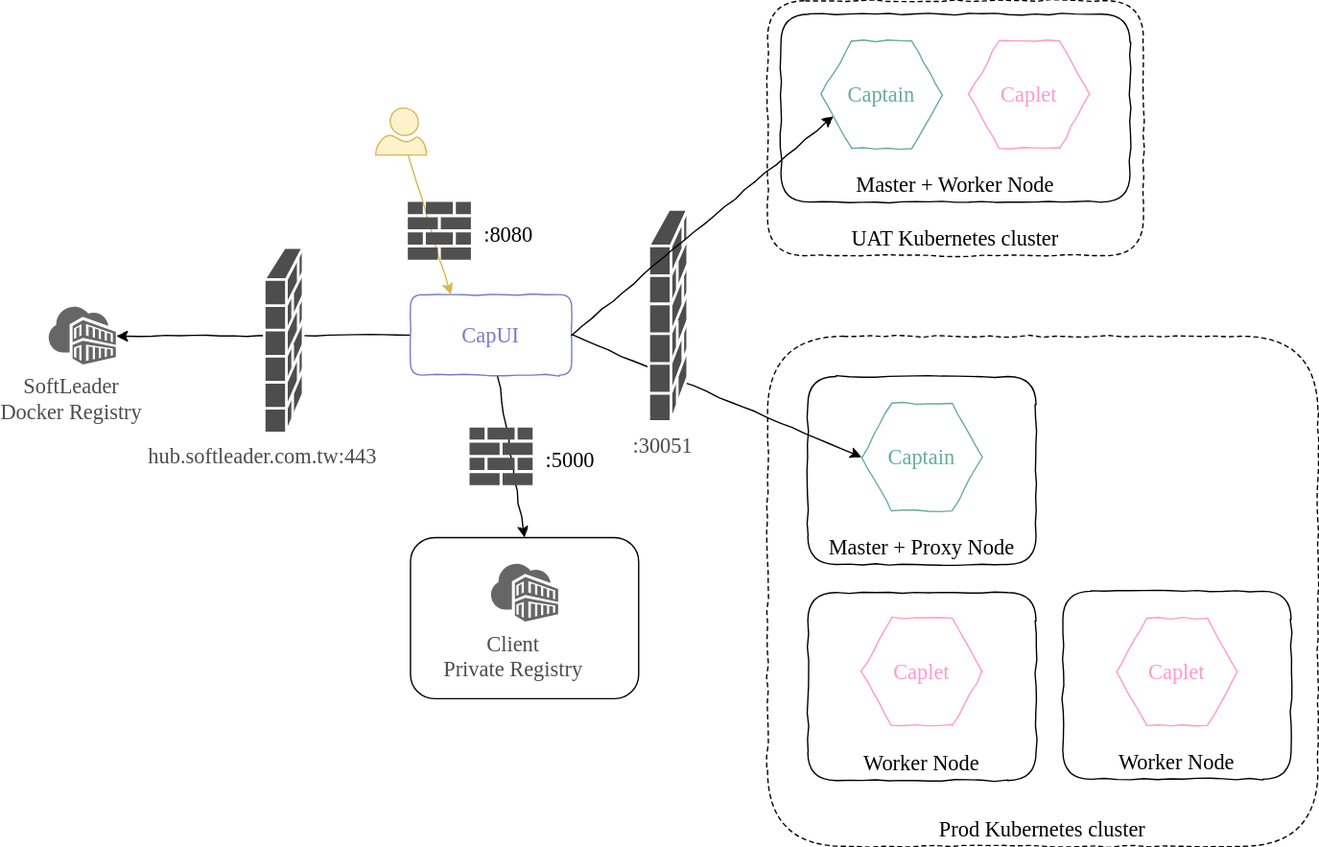
Above: images/cluster-modes-multi.svg in softleader/captain-kube (draw.io), before the change. Source tidied: cells renumbered, new cells last; positions are measured from the earlier drawing's top-left corner, leaving out a move shared by most shapes.
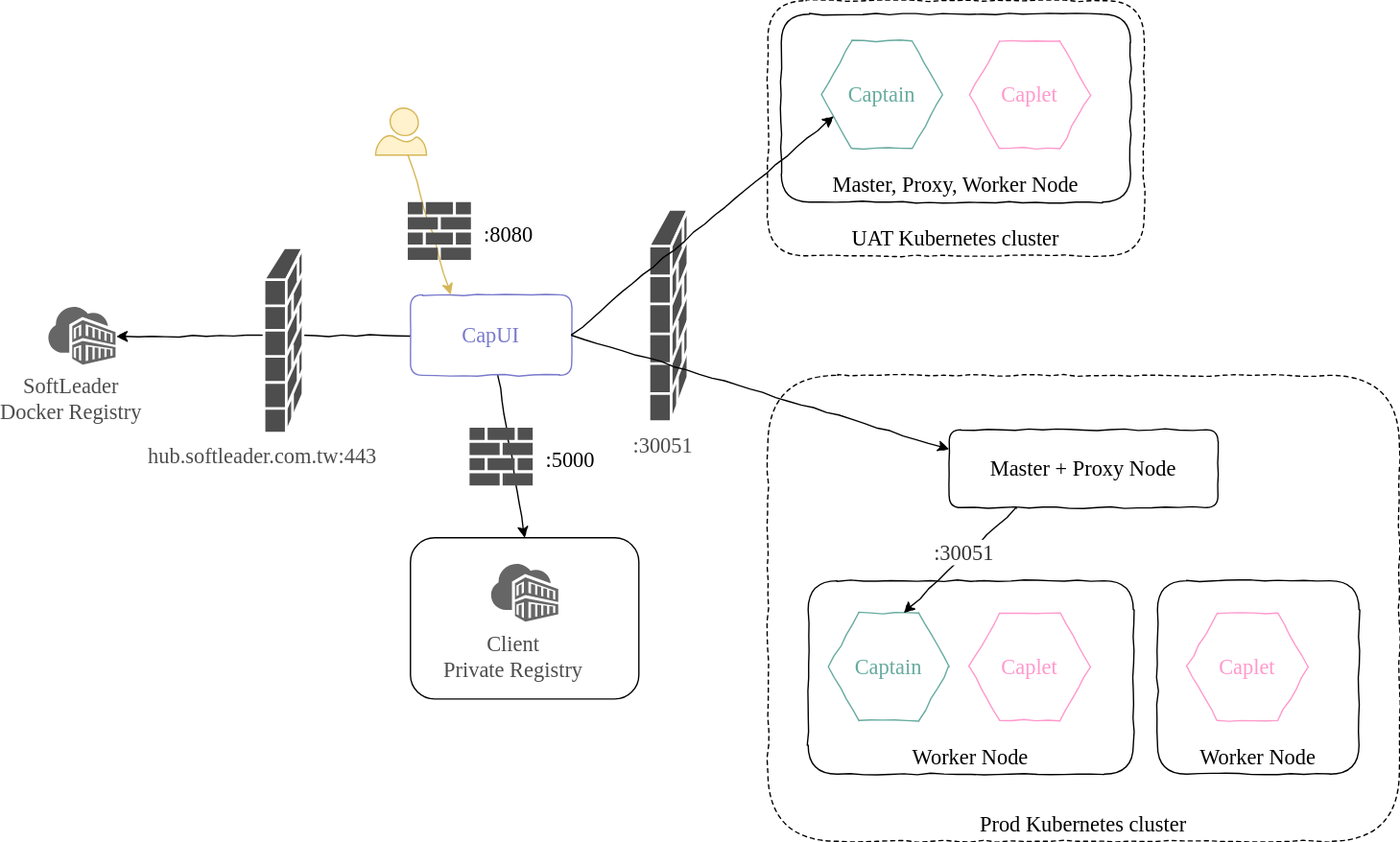
After the change.

Diff of the diagram source:
```diff
@@ -2,30 +2,6 @@
   <root>
     <mxCell id="0" />
     <mxCell id="1" parent="0" />
-    <mxCell id="2" value="Prod Kubernetes cluster" style="rounded=1;comic=1;fontFamily=Comic Sans MS;verticalAlign=bottom;fontSize=16;dashed=1;" parent="1" vertex="1">
-      <mxGeometry x="536" y="250" width="410" height="380" as="geometry" />
-    </mxCell>
-    <mxCell id="3" value="Master + Proxy Node" style="rounded=1;comic=1;fontFamily=Comic Sans MS;fontSize=16;verticalAlign=bottom;" parent="1" vertex="1">
-      <mxGeometry x="566" y="280" width="170" height="140" as="geometry" />
-    </mxCell>
-    <mxCell id="4" value="Worker Node" style="rounded=1;comic=1;fontFamily=Comic Sans MS;fontSize=16;verticalAlign=bottom;" parent="1" vertex="1">
-      <mxGeometry x="566" y="441" width="170" height="140" as="geometry" />
-    </mxCell>
-    <mxCell id="5" value="Worker Node" style="rounded=1;comic=1;fontFamily=Comic Sans MS;fontSize=16;verticalAlign=bottom;" parent="1" vertex="1">
-      <mxGeometry x="756" y="440" width="170" height="140" as="geometry" />
-    </mxCell>
-    <mxCell id="6" value="Captain" style="shape=hexagon;perimeter=hexagonPerimeter2;comic=1;fontFamily=Comic Sans MS;fontSize=16;strokeColor=#67AB9F;fontColor=#67AB9F;" parent="1" vertex="1">
-      <mxGeometry x="606" y="300" width="90" height="80" as="geometry" />
-    </mxCell>
-    <mxCell id="7" value="Caplet" style="shape=hexagon;perimeter=hexagonPerimeter2;comic=1;fontFamily=Comic Sans MS;fontSize=16;fontColor=#FF99CC;strokeColor=#FF99CC;" parent="1" vertex="1">
-      <mxGeometry x="606" y="460" width="90" height="80" as="geometry" />
-    </mxCell>
-    <mxCell id="8" value="Caplet" style="shape=hexagon;perimeter=hexagonPerimeter2;comic=1;fontFamily=Comic Sans MS;fontSize=16;fontColor=#FF99CC;strokeColor=#FF99CC;" parent="1" vertex="1">
-      <mxGeometry x="796" y="460" width="90" height="80" as="geometry" />
-    </mxCell>
-    <mxCell id="9" style="edgeStyle=none;rounded=0;html=1;entryX=0;entryY=0.5;jettySize=auto;fontFamily=Comic Sans MS;fontSize=16;fontColor=#7A7ACC;exitX=1;exitY=0.5;comic=1;" parent="1" edge="1" source="12" target="6">
-      <mxGeometry relative="1" as="geometry" />
-    </mxCell>
     <mxCell id="10" style="edgeStyle=none;rounded=0;html=1;entryX=1;entryY=0.5;entryPerimeter=0;jettySize=auto;fontFamily=Comic Sans MS;fontSize=16;fontColor=#7A7ACC;comic=1;" parent="1" edge="1" source="12" target="24">
       <mxGeometry relative="1" as="geometry" />
     </mxCell>
@@ -56,7 +32,7 @@
     <mxCell id="19" value="UAT Kubernetes cluster" style="rounded=1;comic=1;fontFamily=Comic Sans MS;verticalAlign=bottom;fontSize=16;dashed=1;" parent="1" vertex="1">
       <mxGeometry x="536" width="280" height="190" as="geometry" />
     </mxCell>
-    <mxCell id="20" value="Master + Worker Node" style="rounded=1;comic=1;fontFamily=Comic Sans MS;fontSize=16;verticalAlign=bottom;" parent="1" vertex="1">
+    <mxCell id="20" value="Master, Proxy, Worker Node" style="rounded=1;comic=1;fontFamily=Comic Sans MS;fontSize=16;verticalAlign=bottom;" parent="1" vertex="1">
       <mxGeometry x="546" y="10" width="260" height="140" as="geometry" />
     </mxCell>
     <mxCell id="21" value="Captain" style="shape=hexagon;perimeter=hexagonPerimeter2;comic=1;fontFamily=Comic Sans MS;fontSize=16;fontColor=#67AB9F;strokeColor=#67AB9F;" parent="1" vertex="1">
@@ -92,5 +68,35 @@
     <mxCell id="31" style="edgeStyle=none;rounded=0;html=1;entryX=0;entryY=0.75;jettySize=auto;fontFamily=Comic Sans MS;fontSize=16;fontColor=#7A7ACC;exitX=1;exitY=0.5;comic=1;" parent="1" edge="1" source="12" target="21">
       <mxGeometry relative="1" as="geometry" />
     </mxCell>
+    <mxCell id="2" value="Prod Kubernetes cluster" style="rounded=1;comic=1;fontFamily=Comic Sans MS;verticalAlign=bottom;fontSize=16;dashed=1;" parent="1" vertex="1">
+      <mxGeometry x="536" y="279" width="470" height="347" as="geometry" />
+    </mxCell>
+    <mxCell id="3" value="Master + Proxy Node" style="rounded=1;comic=1;fontFamily=Comic Sans MS;fontSize=16;verticalAlign=middle;" parent="1" vertex="1">
+      <mxGeometry x="671" y="319.5" width="200" height="58" as="geometry" />
+    </mxCell>
+    <mxCell id="32" value="Worker Node" style="rounded=1;comic=1;fontFamily=Comic Sans MS;fontSize=16;verticalAlign=bottom;" parent="1" vertex="1">
+      <mxGeometry x="566" y="432" width="242" height="144" as="geometry" />
+    </mxCell>
+    <mxCell id="33" value="Worker Node" style="rounded=1;comic=1;fontFamily=Comic Sans MS;fontSize=16;verticalAlign=bottom;" parent="1" vertex="1">
+      <mxGeometry x="826" y="432" width="150" height="144" as="geometry" />
+    </mxCell>
+    <mxCell id="34" value="Caplet" style="shape=hexagon;perimeter=hexagonPerimeter2;comic=1;fontFamily=Comic Sans MS;fontSize=16;fontColor=#FF99CC;strokeColor=#FF99CC;" parent="1" vertex="1">
+      <mxGeometry x="686" y="456" width="90" height="80" as="geometry" />
+    </mxCell>
+    <mxCell id="35" value="Caplet" style="shape=hexagon;perimeter=hexagonPerimeter2;comic=1;fontFamily=Comic Sans MS;fontSize=16;fontColor=#FF99CC;strokeColor=#FF99CC;" parent="1" vertex="1">
+      <mxGeometry x="848" y="456" width="90" height="80" as="geometry" />
+    </mxCell>
+    <mxCell id="6" value="Captain" style="shape=hexagon;perimeter=hexagonPerimeter2;comic=1;fontFamily=Comic Sans MS;fontSize=16;strokeColor=#67AB9F;fontColor=#67AB9F;" parent="1" vertex="1">
+      <mxGeometry x="581" y="456" width="90" height="80" as="geometry" />
+    </mxCell>
+    <mxCell id="36" style="edgeStyle=none;rounded=0;comic=1;entryX=0.625;entryY=0;startArrow=none;startFill=0;endArrow=classic;endFill=1;jettySize=auto;strokeColor=#000000;fontFamily=Comic Sans MS;fontSize=16;fontColor=#000000;fillColor=#ffffff;exitX=0.25;exitY=1;" parent="1" edge="1" source="3" target="6">
+      <mxGeometry relative="1" as="geometry" />
+    </mxCell>
+    <mxCell id="37" value="&lt;font face=&quot;Comic Sans MS&quot;&gt;:30051&lt;/font&gt;" style="text;html=1;align=center;verticalAlign=middle;labelBackgroundColor=#ffffff;fontSize=16;fontFamily=Verdana;fontColor=#333333;" parent="36" vertex="1">
+      <mxGeometry x="-0.16" y="-1" relative="1" as="geometry" />
+    </mxCell>
+    <mxCell id="9" style="edgeStyle=none;rounded=0;html=1;entryX=0;entryY=0.25;jettySize=auto;fontFamily=Comic Sans MS;fontSize=16;fontColor=#7A7ACC;exitX=1;exitY=0.5;comic=1;" parent="1" edge="1" source="12" target="3">
+      <mxGeometry relative="1" as="geometry" />
+    </mxCell>
   </root>
 </mxGraphModel>
```
